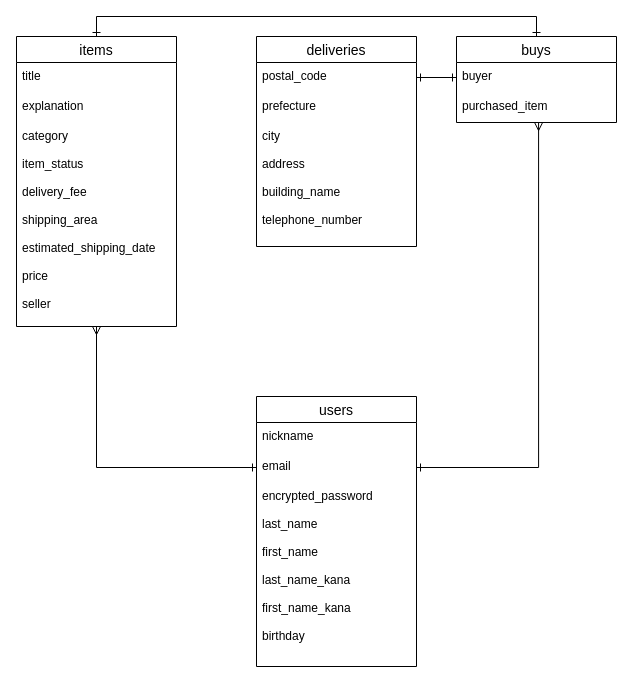
Earlier version of the draw.io diagram test.dio (NaoFarron/furima-36736). Source tidied: cells renumbered, new cells numbered last; positions are measured from the earlier drawing's top-left corner, leaving out a move shared by most shapes. Both pictures are drawn from the tidied source at 100%, with x=0, y=0 at pixel (16, 36).
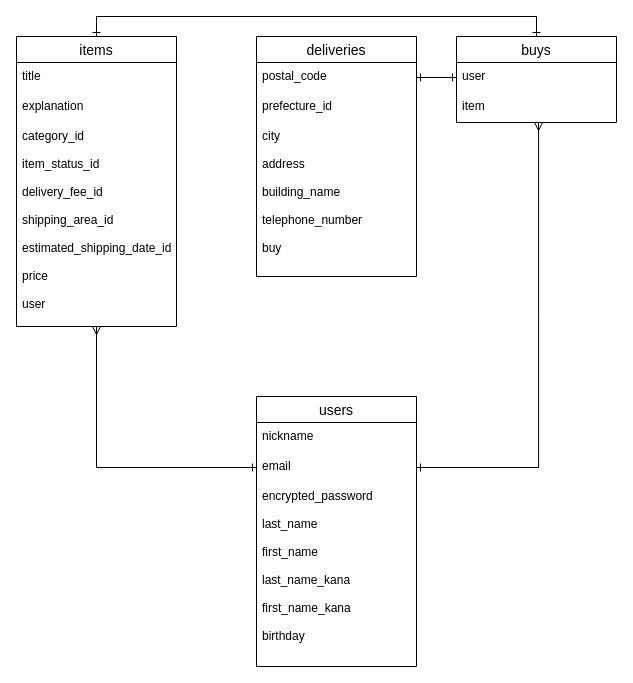
The same diagram, later.

Unchanged cells that the change refers to:
```xml
<mxCell id="7" value="items" style="swimlane;fontStyle=0;horizontal=1;startSize=26;align=center;fontSize=14;" parent="1" vertex="1">
  <mxGeometry width="160" height="290" as="geometry" />
</mxCell>
<mxCell id="11" value="buys" style="swimlane;fontStyle=0;horizontal=1;startSize=26;align=center;fontSize=14;" parent="1" vertex="1">
  <mxGeometry x="440" width="160" height="86" as="geometry" />
</mxCell>
```

Diff of the diagram source:
```diff
@@
-    <mxCell id="10" value="category&#10;&#10;item_status&#10;&#10;delivery_fee&#10;&#10;shipping_area&#10;&#10;estimated_shipping_date&#10;&#10;price&#10;&#10;seller&#10;" style="text;strokeColor=none;fillColor=none;spacingLeft=4;spacingRight=4;overflow=hidden;points=[[0,0.5],[1,0.5]];portConstraint=eastwest;fontSize=12;" parent="7" vertex="1">
+    <mxCell id="10" value="category_id&#10;&#10;item_status_id&#10;&#10;delivery_fee_id&#10;&#10;shipping_area_id&#10;&#10;estimated_shipping_date_id&#10;&#10;price&#10;&#10;user&#10;" style="text;strokeColor=none;fillColor=none;spacingLeft=4;spacingRight=4;overflow=hidden;points=[[0,0.5],[1,0.5]];portConstraint=eastwest;fontSize=12;" parent="7" vertex="1">
       <mxGeometry y="86" width="160" height="204" as="geometry" />
     </mxCell>
@@
-    <mxCell id="12" value="buyer" style="text;strokeColor=none;fillColor=none;spacingLeft=4;spacingRight=4;overflow=hidden;points=[[0,0.5],[1,0.5]];portConstraint=eastwest;fontSize=12;" parent="11" vertex="1">
+    <mxCell id="12" value="user" style="text;strokeColor=none;fillColor=none;spacingLeft=4;spacingRight=4;overflow=hidden;points=[[0,0.5],[1,0.5]];portConstraint=eastwest;fontSize=12;" parent="11" vertex="1">
       <mxGeometry y="26" width="160" height="30" as="geometry" />
     </mxCell>
-    <mxCell id="13" value="purchased_item" style="text;strokeColor=none;fillColor=none;spacingLeft=4;spacingRight=4;overflow=hidden;points=[[0,0.5],[1,0.5]];portConstraint=eastwest;fontSize=12;" parent="11" vertex="1">
+    <mxCell id="13" value="item" style="text;strokeColor=none;fillColor=none;spacingLeft=4;spacingRight=4;overflow=hidden;points=[[0,0.5],[1,0.5]];portConstraint=eastwest;fontSize=12;" parent="11" vertex="1">
       <mxGeometry y="56" width="160" height="30" as="geometry" />
     </mxCell>
     <mxCell id="14" value="deliveries" style="swimlane;fontStyle=0;horizontal=1;startSize=26;align=center;fontSize=14;" parent="1" vertex="1">
-      <mxGeometry x="240" width="160" height="210" as="geometry" />
+      <mxGeometry x="240" width="160" height="240" as="geometry" />
     </mxCell>
@@
-    <mxCell id="16" value="prefecture" style="text;strokeColor=none;fillColor=none;spacingLeft=4;spacingRight=4;overflow=hidden;fontSize=12;" parent="14" vertex="1">
+    <mxCell id="16" value="prefecture_id" style="text;strokeColor=none;fillColor=none;spacingLeft=4;spacingRight=4;overflow=hidden;fontSize=12;" parent="14" vertex="1">
       <mxGeometry y="56" width="160" height="30" as="geometry" />
     </mxCell>
-    <mxCell id="17" value="city&#10;&#10;address&#10;&#10;building_name&#10;&#10;telephone_number&#10;&#10;" style="text;strokeColor=none;fillColor=none;spacingLeft=4;spacingRight=4;overflow=hidden;fontSize=12;" parent="14" vertex="1">
-      <mxGeometry y="86" width="160" height="124" as="geometry" />
+    <mxCell id="17" value="city&#10;&#10;address&#10;&#10;building_name&#10;&#10;telephone_number&#10;&#10;buy&#10;&#10;" style="text;strokeColor=none;fillColor=none;spacingLeft=4;spacingRight=4;overflow=hidden;fontSize=12;" parent="14" vertex="1">
+      <mxGeometry y="86" width="160" height="154" as="geometry" />
     </mxCell>
```
